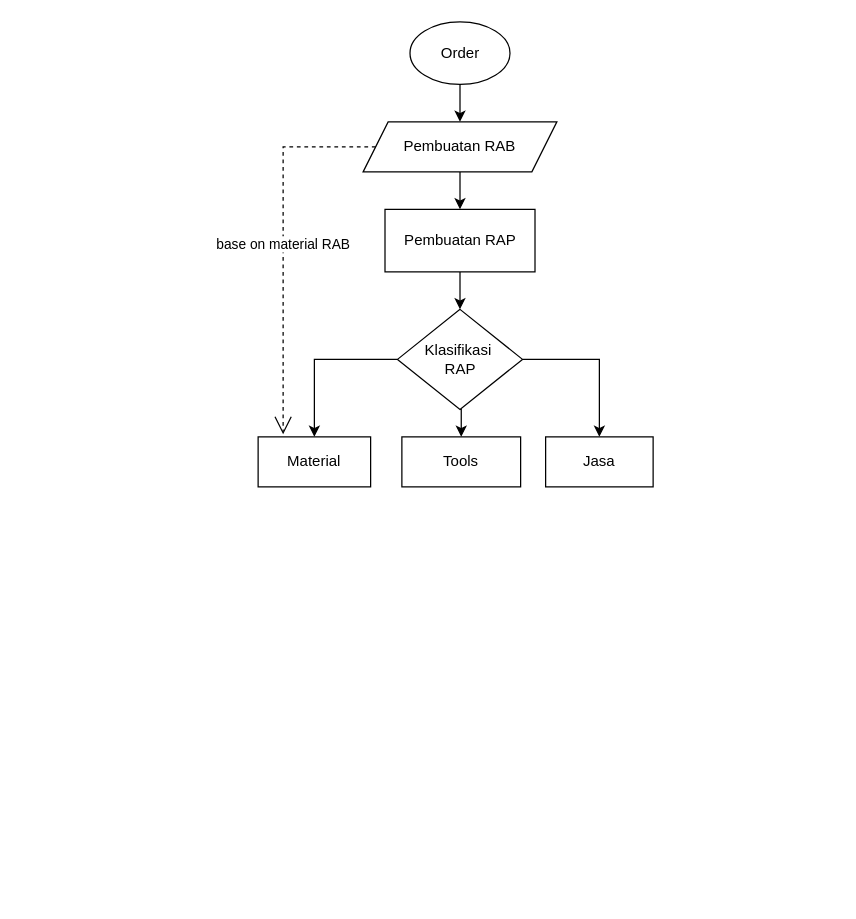
Before: Untitled Diagram.drawio in elsyarif/api-spec, a draw.io diagram. Source tidied: cells renumbered, new cells numbered last; positions are measured from the earlier drawing's top-left corner, leaving out a move shared by most shapes. Both pictures are drawn from the tidied source at 125%, with x=0, y=0 at pixel (258, 21).
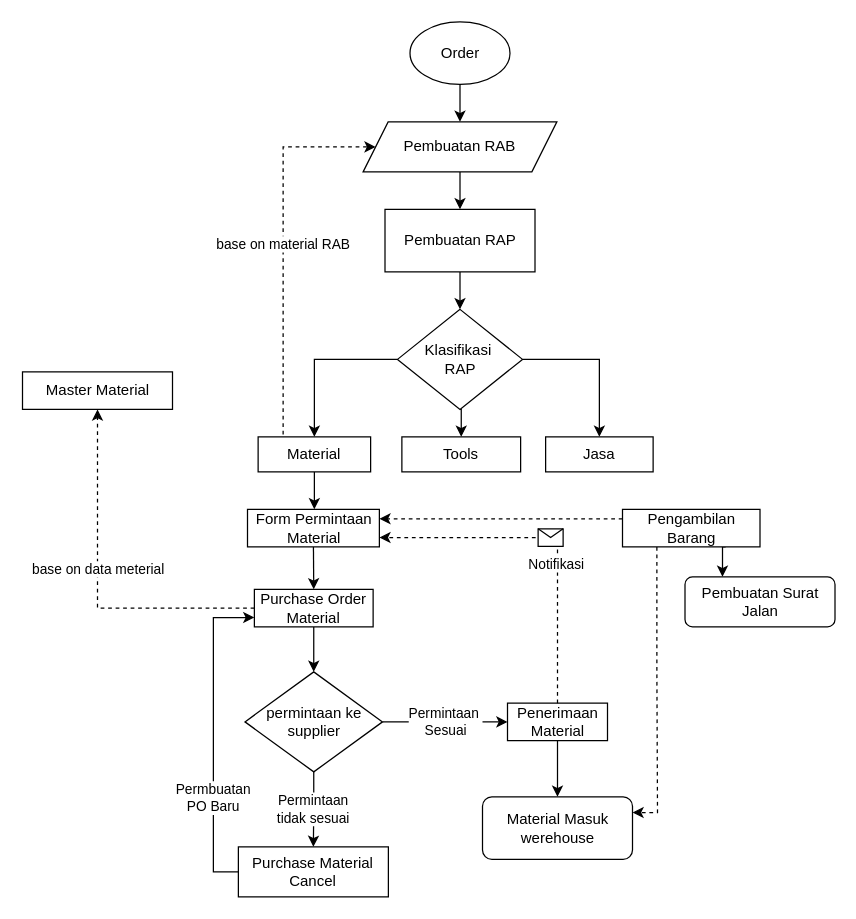
The same page after the edit.

Unchanged cells that the change refers to:
```xml
<mxCell id="5" value="Pembuatan RAB" style="shape=parallelogram;perimeter=parallelogramPerimeter;whiteSpace=wrap;html=1;fixedSize=1;" parent="1" vertex="1">
  <mxGeometry x="84" y="80" width="155" height="40" as="geometry" />
</mxCell>
```

Change to the diagram source:
```diff
@@
+    <mxCell id="16" style="edgeStyle=orthogonalEdgeStyle;rounded=0;jettySize=auto;html=1;exitX=0.5;exitY=1;exitDx=0;exitDy=0;entryX=0.507;entryY=0;entryDx=0;entryDy=0;entryPerimeter=0;" parent="1" edge="1" source="12" target="18">
+      <mxGeometry relative="1" as="geometry" />
+    </mxCell>
     <mxCell id="12" value="Material" style="rounded=0;whiteSpace=wrap;html=1;" parent="1" vertex="1">
-      <mxGeometry y="332" width="90" height="40" as="geometry" />
+      <mxGeometry y="332" width="90" height="28" as="geometry" />
     </mxCell>
     <mxCell id="13" value="Tools" style="rounded=0;whiteSpace=wrap;html=1;" parent="1" vertex="1">
-      <mxGeometry x="115" y="332" width="95" height="40" as="geometry" />
+      <mxGeometry x="115" y="332" width="95" height="28" as="geometry" />
     </mxCell>
     <mxCell id="14" value="Jasa" style="rounded=0;whiteSpace=wrap;html=1;" parent="1" vertex="1">
-      <mxGeometry x="230" y="332" width="86" height="40" as="geometry" />
+      <mxGeometry x="230" y="332" width="86" height="28" as="geometry" />
     </mxCell>
-    <mxCell id="15" value="base on material RAB" style="endArrow=open;endSize=12;dashed=1;html=1;rounded=0;exitX=0;exitY=0.5;exitDx=0;exitDy=0;" parent="1" edge="1" source="5">
+    <mxCell id="15" value="base on material RAB" style="endArrow=classic;endSize=6;dashed=1;html=1;rounded=0;exitX=0;exitY=0.5;exitDx=0;exitDy=0;entryX=0;entryY=0.5;entryDx=0;entryDy=0;endFill=1;strokeWidth=1;" parent="1" edge="1" target="5">
       <mxGeometry relative="1" as="geometry">
-        <mxPoint x="20" y="330" as="targetPoint" />
+        <mxPoint x="20" y="330" as="sourcePoint" />
         <Array as="points">
           <mxPoint x="20" y="100" />
         </Array>
       </mxGeometry>
     </mxCell>
+    <mxCell id="17" style="edgeStyle=orthogonalEdgeStyle;rounded=0;jettySize=auto;html=1;exitX=0.5;exitY=1;exitDx=0;exitDy=0;entryX=0.5;entryY=0;entryDx=0;entryDy=0;" parent="1" edge="1" source="18" target="20">
+      <mxGeometry relative="1" as="geometry" />
+    </mxCell>
+    <mxCell id="18" value="Form Permintaan Material" style="rounded=0;whiteSpace=wrap;html=1;" parent="1" vertex="1">
+      <mxGeometry x="-8.5" y="390" width="105.5" height="30" as="geometry" />
+    </mxCell>
+    <mxCell id="19" style="edgeStyle=orthogonalEdgeStyle;rounded=0;jettySize=auto;html=1;exitX=0.5;exitY=1;exitDx=0;exitDy=0;" parent="1" edge="1" source="20" target="26">
+      <mxGeometry relative="1" as="geometry" />
+    </mxCell>
+    <mxCell id="20" value="Purchase Order&lt;br&gt;Material" style="rounded=0;whiteSpace=wrap;html=1;" parent="1" vertex="1">
+      <mxGeometry x="-3" y="454" width="95" height="30" as="geometry" />
+    </mxCell>
+    <mxCell id="21" value="Master Material" style="rounded=0;whiteSpace=wrap;html=1;" parent="1" vertex="1">
+      <mxGeometry x="-188.5" y="280" width="120" height="30" as="geometry" />
+    </mxCell>
+    <mxCell id="22" style="endArrow=classic;html=1;rounded=0;exitX=0;exitY=0.5;exitDx=0;exitDy=0;entryX=0.5;entryY=1;entryDx=0;entryDy=0;edgeStyle=orthogonalEdgeStyle;dashed=1;" parent="1" edge="1" source="20" target="21">
+      <mxGeometry relative="1" as="geometry" />
+    </mxCell>
+    <mxCell id="23" value="base on data meterial" style="edgeLabel;html=1;align=center;verticalAlign=middle;" parent="22" vertex="1">
+      <mxGeometry relative="1" as="geometry">
+        <mxPoint y="-15" as="offset" />
+      </mxGeometry>
+    </mxCell>
+    <mxCell id="24" value="Permintaan&amp;nbsp;&lt;br&gt;Sesuai" style="edgeStyle=orthogonalEdgeStyle;rounded=0;jettySize=auto;html=1;exitX=1;exitY=0.5;exitDx=0;exitDy=0;entryX=0;entryY=0.5;entryDx=0;entryDy=0;" parent="1" edge="1" source="26" target="30">
+      <mxGeometry relative="1" as="geometry" />
+    </mxCell>
+    <mxCell id="25" value="Permintaan&lt;br&gt;tidak sesuai" style="edgeStyle=orthogonalEdgeStyle;rounded=0;jettySize=auto;html=1;exitX=0.5;exitY=1;exitDx=0;exitDy=0;entryX=0.5;entryY=0;entryDx=0;entryDy=0;" parent="1" edge="1" source="26" target="28">
+      <mxGeometry relative="1" as="geometry" />
+    </mxCell>
+    <mxCell id="26" value="permintaan ke supplier" style="rhombus;whiteSpace=wrap;html=1;" parent="1" vertex="1">
+      <mxGeometry x="-10.5" y="520" width="110" height="80" as="geometry" />
+    </mxCell>
+    <mxCell id="27" value="Permbuatan &lt;br&gt;PO Baru" style="edgeStyle=orthogonalEdgeStyle;rounded=0;jettySize=auto;html=1;exitX=0;exitY=0.5;exitDx=0;exitDy=0;entryX=0;entryY=0.75;entryDx=0;entryDy=0;" parent="1" edge="1" source="28" target="20">
+      <mxGeometry x="-0.38" relative="1" as="geometry" />
+    </mxCell>
+    <mxCell id="28" value="Purchase Material Cancel" style="rounded=0;whiteSpace=wrap;html=1;" parent="1" vertex="1">
+      <mxGeometry x="-15.8" y="660" width="120" height="40" as="geometry" />
+    </mxCell>
+    <mxCell id="29" style="edgeStyle=orthogonalEdgeStyle;rounded=0;jettySize=auto;html=1;exitX=0.5;exitY=1;exitDx=0;exitDy=0;entryX=0.5;entryY=0;entryDx=0;entryDy=0;" parent="1" edge="1" source="30" target="31">
+      <mxGeometry relative="1" as="geometry" />
+    </mxCell>
+    <mxCell id="30" value="Penerimaan Material" style="rounded=0;whiteSpace=wrap;html=1;" parent="1" vertex="1">
+      <mxGeometry x="199.5" y="545" width="80" height="30" as="geometry" />
+    </mxCell>
+    <mxCell id="31" value="Material Masuk&lt;br&gt;werehouse" style="rounded=1;whiteSpace=wrap;html=1;" parent="1" vertex="1">
+      <mxGeometry x="179.5" y="620" width="120" height="50" as="geometry" />
+    </mxCell>
+    <mxCell id="32" value="Notifikasi&amp;nbsp;" style="endArrow=classic;html=1;rounded=0;exitX=0.5;exitY=0;exitDx=0;exitDy=0;entryX=1;entryY=0.75;entryDx=0;entryDy=0;dashed=1;edgeStyle=orthogonalEdgeStyle;" parent="1" edge="1" source="30" target="18">
+      <mxGeometry x="-0.19" relative="1" as="geometry" />
+    </mxCell>
+    <mxCell id="33" style="shape=message;html=1;" parent="32" vertex="1">
+      <mxGeometry width="20" height="14" relative="1" as="geometry">
+        <mxPoint x="-10" y="-7" as="offset" />
+      </mxGeometry>
+    </mxCell>
+    <mxCell id="34" style="edgeStyle=orthogonalEdgeStyle;rounded=0;jettySize=auto;html=1;exitX=0;exitY=0.25;exitDx=0;exitDy=0;entryX=1;entryY=0.25;entryDx=0;entryDy=0;dashed=1;" parent="1" edge="1" source="37" target="18">
+      <mxGeometry relative="1" as="geometry" />
+    </mxCell>
+    <mxCell id="35" style="edgeStyle=orthogonalEdgeStyle;rounded=0;jettySize=auto;html=1;exitX=0.25;exitY=1;exitDx=0;exitDy=0;entryX=1;entryY=0.25;entryDx=0;entryDy=0;dashed=1;" parent="1" edge="1" source="37" target="31">
+      <mxGeometry relative="1" as="geometry" />
+    </mxCell>
+    <mxCell id="36" style="edgeStyle=orthogonalEdgeStyle;rounded=0;jettySize=auto;html=1;exitX=0.75;exitY=1;exitDx=0;exitDy=0;entryX=0.25;entryY=0;entryDx=0;entryDy=0;" parent="1" edge="1" source="37" target="38">
+      <mxGeometry relative="1" as="geometry" />
+    </mxCell>
+    <mxCell id="37" value="Pengambilan Barang" style="rounded=0;whiteSpace=wrap;html=1;" parent="1" vertex="1">
+      <mxGeometry x="291.5" y="390" width="110" height="30" as="geometry" />
+    </mxCell>
+    <mxCell id="38" value="Pembuatan Surat Jalan" style="rounded=1;whiteSpace=wrap;html=1;" parent="1" vertex="1">
+      <mxGeometry x="341.5" y="444" width="120" height="40" as="geometry" />
+    </mxCell>
```
